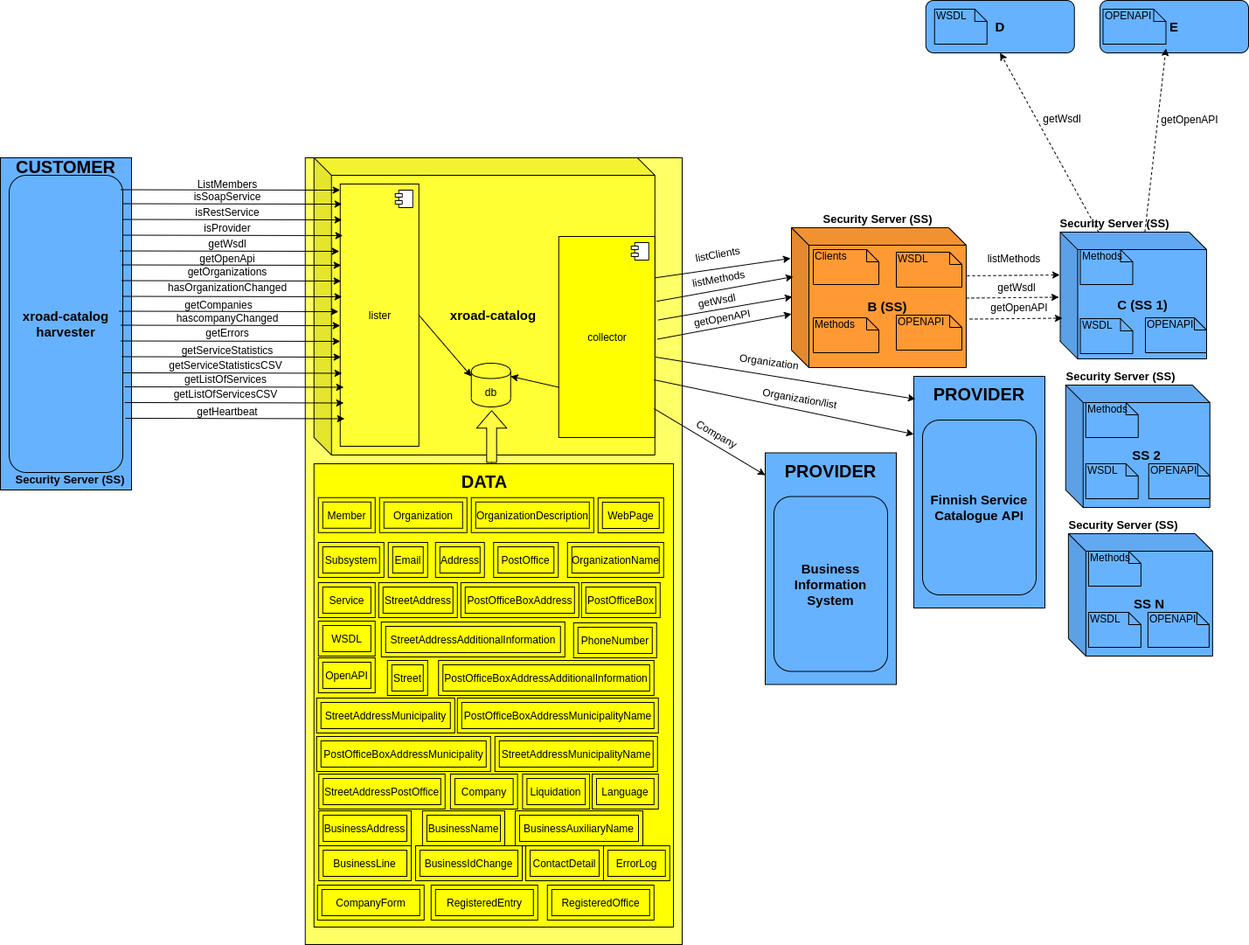
Earlier version of the draw.io export architecture.png (vrk-kpa/xroad-catalog). Source tidied: cells renumbered, new cells last; positions are measured from the earlier drawing's top-left corner, leaving out a move shared by most shapes.
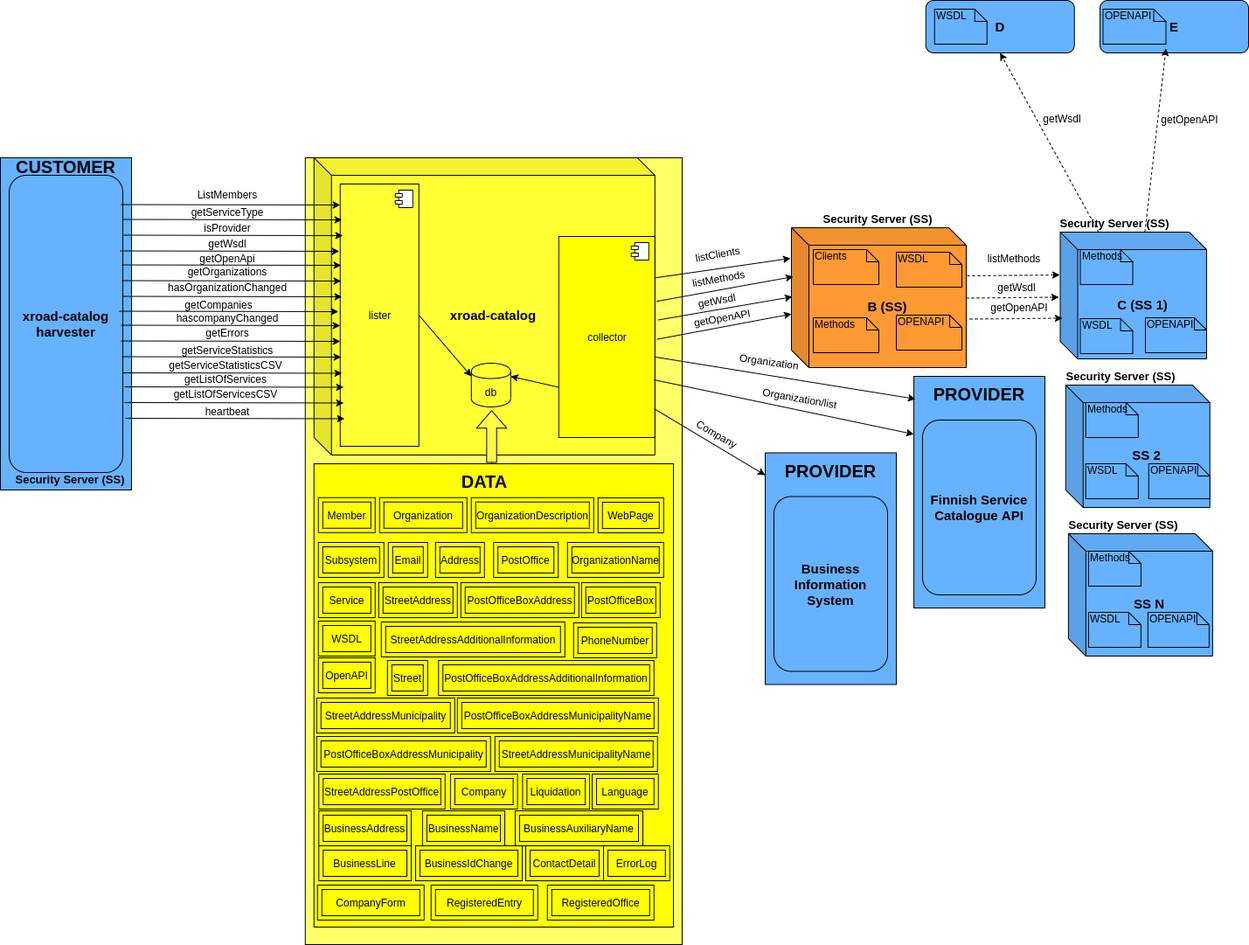
After the change.

Commit message:
substitute isSoapService and isRestService with GetServiceType

Change to the diagram source:
```diff
@@ -122,7 +122,7 @@
       <mxGeometry x="801" y="280" width="40" height="20" as="geometry" />
     </mxCell>
     <mxCell id="39" value="ListMembers" style="text;html=1;strokeColor=none;fillColor=none;align=center;verticalAlign=middle;whiteSpace=wrap;rounded=0;rotation=0;" parent="1" vertex="1">
-      <mxGeometry x="240" y="200" width="40" height="20" as="geometry" />
+      <mxGeometry x="240" y="212" width="40" height="20" as="geometry" />
     </mxCell>
     <mxCell id="40" value="&lt;b style=&quot;font-size: 20px&quot;&gt;CUSTOMER&lt;/b&gt;" style="text;html=1;strokeColor=none;fillColor=none;align=center;verticalAlign=middle;whiteSpace=wrap;rounded=0;fontSize=20;" parent="1" vertex="1">
       <mxGeometry x="40" y="180" width="70" height="20" as="geometry" />
@@ -160,8 +160,8 @@
     </mxCell>
     <mxCell id="50" style="endArrow=classic;html=1;exitX=0.985;exitY=0.028;exitDx=0;exitDy=0;exitPerimeter=0;entryX=0;entryY=0;entryDx=0;entryDy=0;" parent="1" edge="1">
       <mxGeometry relative="1" as="geometry">
-        <mxPoint x="138.1" y="216.5" as="sourcePoint" />
-        <mxPoint x="388.8" y="217" as="targetPoint" />
+        <mxPoint x="138.1" y="233.5" as="sourcePoint" />
+        <mxPoint x="388.8" y="234" as="targetPoint" />
       </mxGeometry>
     </mxCell>
     <mxCell id="51" style="endArrow=classic;html=1;entryX=1;entryY=0.3;entryDx=0;entryDy=0;exitX=0;exitY=0.75;exitDx=0;exitDy=0;" parent="1" edge="1" source="46" target="48">
@@ -363,10 +363,7 @@
     <mxCell id="112" value="ErrorLog" style="shape=ext;margin=3;double=1;whiteSpace=wrap;html=1;align=center;fillColor=#FFFF00;" parent="1" vertex="1">
       <mxGeometry x="690" y="967" width="75.8" height="40" as="geometry" />
     </mxCell>
-    <mxCell id="113" value="isSoapService" style="text;html=1;strokeColor=none;fillColor=none;align=center;verticalAlign=middle;whiteSpace=wrap;rounded=0;rotation=0;" parent="1" vertex="1">
-      <mxGeometry x="240" y="214" width="40" height="20" as="geometry" />
-    </mxCell>
-    <mxCell id="114" value="isRestService" style="text;html=1;strokeColor=none;fillColor=none;align=center;verticalAlign=middle;whiteSpace=wrap;rounded=0;rotation=0;" parent="1" vertex="1">
+    <mxCell id="114" value="getServiceType" style="text;html=1;strokeColor=none;fillColor=none;align=center;verticalAlign=middle;whiteSpace=wrap;rounded=0;rotation=0;" parent="1" vertex="1">
       <mxGeometry x="240" y="232" width="40" height="20" as="geometry" />
     </mxCell>
     <mxCell id="115" value="isProvider" style="text;html=1;strokeColor=none;fillColor=none;align=center;verticalAlign=middle;whiteSpace=wrap;rounded=0;rotation=0;" parent="1" vertex="1">
@@ -405,12 +402,6 @@
     <mxCell id="126" value="getListOfServicesCSV" style="text;html=1;strokeColor=none;fillColor=none;align=center;verticalAlign=middle;whiteSpace=wrap;rounded=0;rotation=0;" parent="1" vertex="1">
       <mxGeometry x="238" y="440" width="40" height="20" as="geometry" />
     </mxCell>
-    <mxCell id="127" style="endArrow=classic;html=1;exitX=0.985;exitY=0.028;exitDx=0;exitDy=0;exitPerimeter=0;entryX=0;entryY=0;entryDx=0;entryDy=0;" parent="1" edge="1">
-      <mxGeometry relative="1" as="geometry">
-        <mxPoint x="140.1" y="232.5" as="sourcePoint" />
-        <mxPoint x="390.8" y="233" as="targetPoint" />
-      </mxGeometry>
-    </mxCell>
     <mxCell id="128" style="endArrow=classic;html=1;exitX=0.985;exitY=0.028;exitDx=0;exitDy=0;exitPerimeter=0;entryX=0;entryY=0;entryDx=0;entryDy=0;" parent="1" edge="1">
       <mxGeometry relative="1" as="geometry">
         <mxPoint x="140.1" y="250.5" as="sourcePoint" />
@@ -495,7 +486,7 @@
         <mxPoint x="393.7" y="478.5" as="targetPoint" />
       </mxGeometry>
     </mxCell>
-    <mxCell id="142" value="getHeartbeat" style="text;html=1;strokeColor=none;fillColor=none;align=center;verticalAlign=middle;whiteSpace=wrap;rounded=0;rotation=0;" parent="1" vertex="1">
+    <mxCell id="142" value="heartbeat" style="text;html=1;strokeColor=none;fillColor=none;align=center;verticalAlign=middle;whiteSpace=wrap;rounded=0;rotation=0;" parent="1" vertex="1">
       <mxGeometry x="240" y="460" width="40" height="20" as="geometry" />
     </mxCell>
   </root>
```
